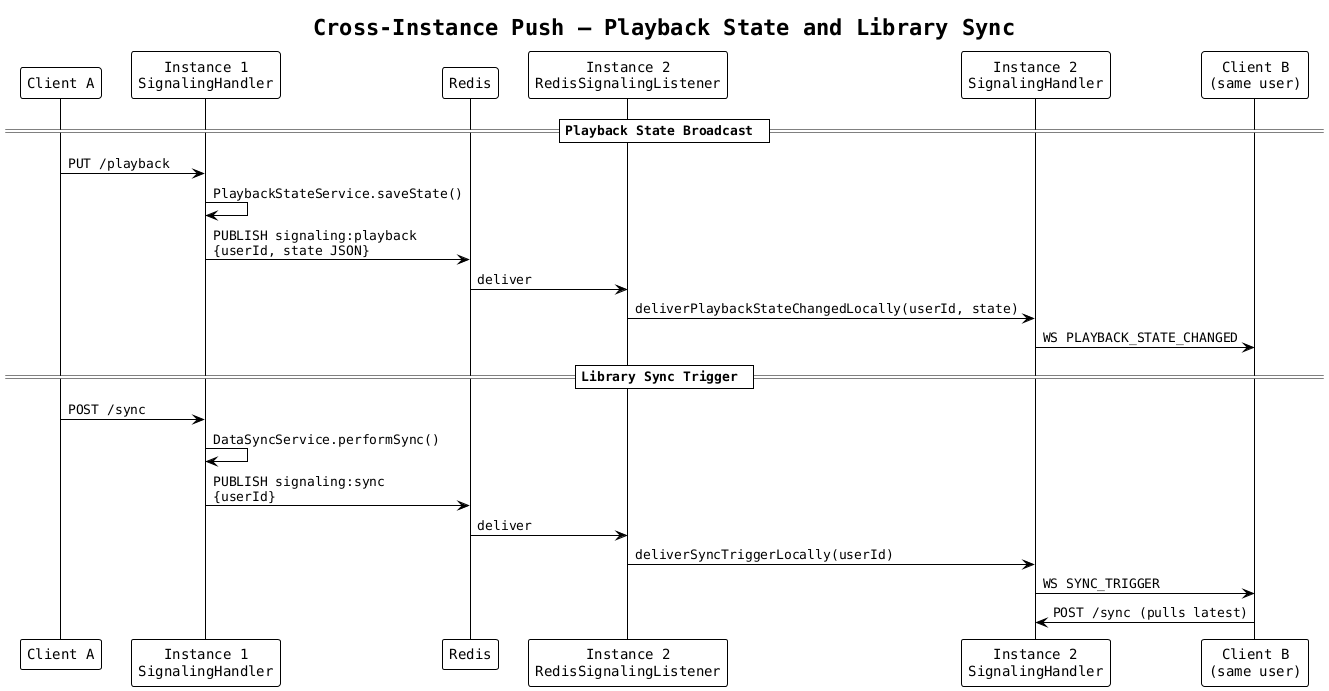
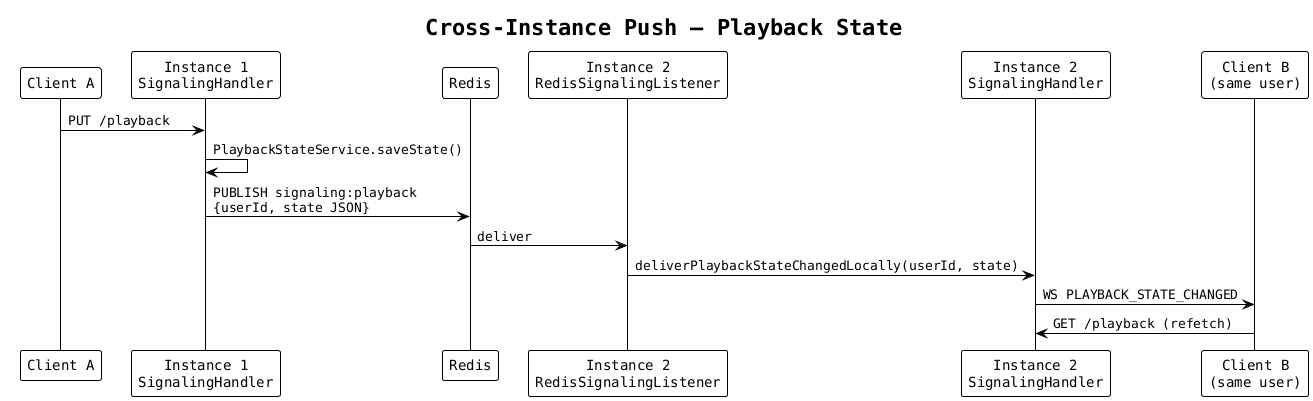
@startuml flow_redis_pubsub_push
!theme plain
skinparam defaultFontName monospaced

- title Cross-Instance Push — Playback State and Library Sync
+ title Cross-Instance Push — Playback State

participant "Client A" as clientA
participant "Instance 1\nSignalingHandler" as inst1
participant "Redis" as redis
participant "Instance 2\nRedisSignalingListener" as redisSub2
participant "Instance 2\nSignalingHandler" as inst2
participant "Client B\n(same user)" as clientB

- == Playback State Broadcast ==
- 
clientA -> inst1: PUT /playback
inst1 -> inst1: PlaybackStateService.saveState()
inst1 -> redis: PUBLISH signaling:playback\n{userId, state JSON}
redis -> redisSub2: deliver
redisSub2 -> inst2: deliverPlaybackStateChangedLocally(userId, state)
inst2 -> clientB: WS PLAYBACK_STATE_CHANGED
- 
- == Library Sync Trigger ==
- 
- clientA -> inst1: POST /sync
- inst1 -> inst1: DataSyncService.performSync()
- inst1 -> redis: PUBLISH signaling:sync\n{userId}
- redis -> redisSub2: deliver
- redisSub2 -> inst2: deliverSyncTriggerLocally(userId)
- inst2 -> clientB: WS SYNC_TRIGGER
- clientB -> inst2: POST /sync (pulls latest)
+ clientB -> inst2: GET /playback (refetch)

@enduml
